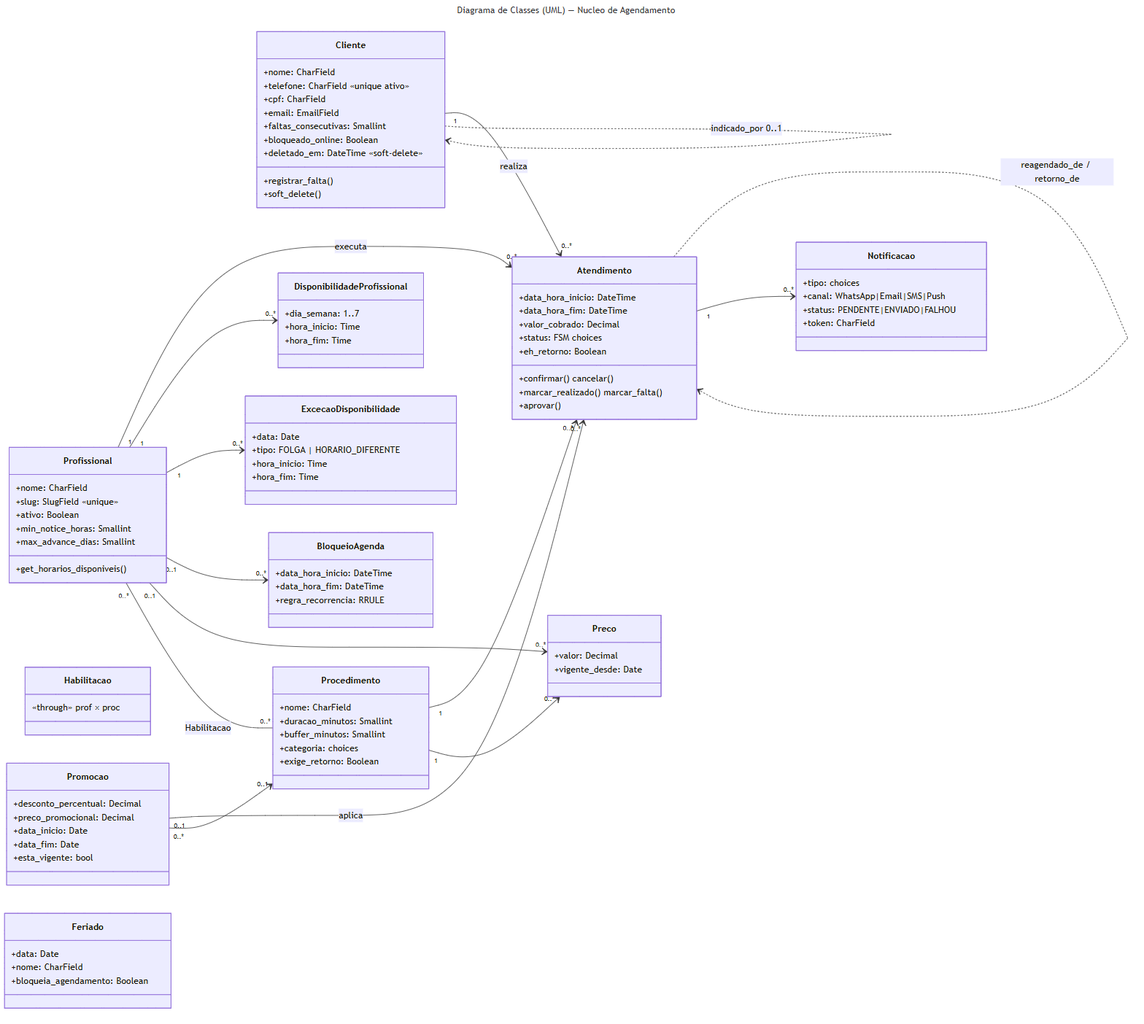
The Mermaid diagram docs/diagramas/03-classe-agendamento.png in RafaelSMaciel/jaqueline-aranha-estetica, before a commit. Its source is kept beside it as docs/diagramas/03-classe-agendamento.mmd. Source of this version:
```mermaid
---
title: Diagrama de Classes (UML) — Nucleo de Agendamento
---
classDiagram
    direction LR

    class Cliente {
        +nome: CharField
        +telefone: CharField «unique ativo»
        +cpf: CharField
        +email: EmailField
        +faltas_consecutivas: Smallint
        +bloqueado_online: Boolean
        +deletado_em: DateTime «soft-delete»
        +registrar_falta()
        +soft_delete()
    }
    class Profissional {
        +nome: CharField
        +slug: SlugField «unique»
        +ativo: Boolean
        +min_notice_horas: Smallint
        +max_advance_dias: Smallint
        +get_horarios_disponiveis()
    }
    class Procedimento {
        +nome: CharField
        +duracao_minutos: Smallint
        +buffer_minutos: Smallint
        +categoria: choices
        +exige_retorno: Boolean
    }
    class Habilitacao {
        «through» prof × proc
    }
    class Preco {
        +valor: Decimal
        +vigente_desde: Date
    }
    class Promocao {
        +desconto_percentual: Decimal
        +preco_promocional: Decimal
        +data_inicio: Date
        +data_fim: Date
        +esta_vigente: bool
    }
    class DisponibilidadeProfissional {
        +dia_semana: 1..7
        +hora_inicio: Time
        +hora_fim: Time
    }
    class ExcecaoDisponibilidade {
        +data: Date
        +tipo: FOLGA | HORARIO_DIFERENTE
        +hora_inicio: Time
        +hora_fim: Time
    }
    class BloqueioAgenda {
        +data_hora_inicio: DateTime
        +data_hora_fim: DateTime
        +regra_recorrencia: RRULE
    }
    class Feriado {
        +data: Date
        +nome: CharField
        +bloqueia_agendamento: Boolean
    }
    class Atendimento {
        +data_hora_inicio: DateTime
        +data_hora_fim: DateTime
        +valor_cobrado: Decimal
        +status: FSM choices
        +eh_retorno: Boolean
        +confirmar() cancelar()
        +marcar_realizado() marcar_falta()
        +aprovar()
    }
    class Notificacao {
        +tipo: choices
        +canal: WhatsApp|Email|SMS|Push
        +status: PENDENTE|ENVIADO|FALHOU
        +token: CharField
    }

    Cliente "1" --> "0..*" Atendimento : realiza
    Cliente ..> Cliente : indicado_por 0..1
    Profissional "1" --> "0..*" Atendimento : executa
    Procedimento "1" --> "0..*" Atendimento
    Promocao "0..1" --> "0..*" Atendimento : aplica
    Atendimento ..> Atendimento : reagendado_de / retorno_de
    Atendimento "1" --> "0..*" Notificacao
    Profissional "1" --> "0..*" DisponibilidadeProfissional
    Profissional "1" --> "0..*" ExcecaoDisponibilidade
    Profissional "0..1" --> "0..*" BloqueioAgenda
    Procedimento "1" --> "0..*" Preco
    Profissional "0..1" --> "0..*" Preco
    Promocao "0..*" --> "0..1" Procedimento
    Profissional "0..*" -- "0..*" Procedimento : Habilitacao
```
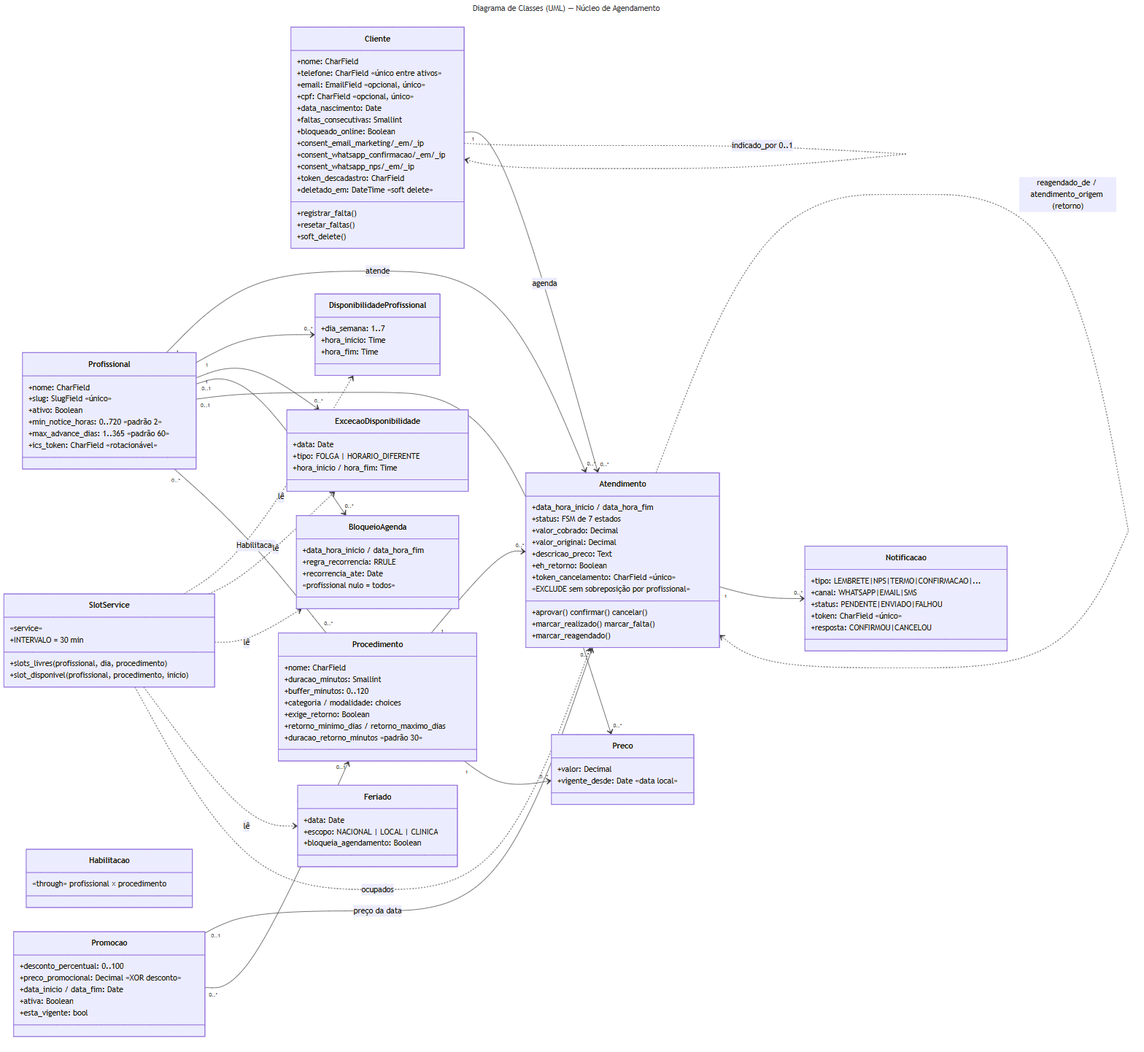
Later version of the same file.

Change to the diagram source:
```diff
@@ -1,47 +1,61 @@
 ---
-title: Diagrama de Classes (UML) — Nucleo de Agendamento
+title: Diagrama de Classes (UML) — Núcleo de Agendamento
 ---
 classDiagram
     direction LR
 
     class Cliente {
         +nome: CharField
-        +telefone: CharField «unique ativo»
-        +cpf: CharField
-        +email: EmailField
+        +telefone: CharField «único entre ativos»
+        +email: EmailField «opcional, único»
+        +cpf: CharField «opcional, único»
+        +data_nascimento: Date
         +faltas_consecutivas: Smallint
         +bloqueado_online: Boolean
-        +deletado_em: DateTime «soft-delete»
+        +consent_email_marketing/_em/_ip
+        +consent_whatsapp_confirmacao/_em/_ip
+        +consent_whatsapp_nps/_em/_ip
+        +token_descadastro: CharField
+        +deletado_em: DateTime «soft delete»
         +registrar_falta()
+        +resetar_faltas()
         +soft_delete()
     }
     class Profissional {
         +nome: CharField
-        +slug: SlugField «unique»
+        +slug: SlugField «único»
         +ativo: Boolean
-        +min_notice_horas: Smallint
-        +max_advance_dias: Smallint
-        +get_horarios_disponiveis()
+        +min_notice_horas: 0..720 «padrão 2»
+        +max_advance_dias: 1..365 «padrão 60»
+        +ics_token: CharField «rotacionável»
+    }
+    class SlotService {
+        «service»
+        +INTERVALO = 30 min
+        +slots_livres(profissional, dia, procedimento)
+        +slot_disponivel(profissional, procedimento, inicio)
     }
     class Procedimento {
         +nome: CharField
         +duracao_minutos: Smallint
-        +buffer_minutos: Smallint
-        +categoria: choices
+        +buffer_minutos: 0..120
+        +categoria / modalidade: choices
         +exige_retorno: Boolean
+        +retorno_minimo_dias / retorno_maximo_dias
+        +duracao_retorno_minutos «padrão 30»
     }
     class Habilitacao {
-        «through» prof × proc
+        «through» profissional × procedimento
     }
     class Preco {
         +valor: Decimal
-        +vigente_desde: Date
+        +vigente_desde: Date «data local»
     }
     class Promocao {
-        +desconto_percentual: Decimal
-        +preco_promocional: Decimal
-        +data_inicio: Date
-        +data_fim: Date
+        +desconto_percentual: 0..100
+        +preco_promocional: Decimal «XOR desconto»
+        +data_inicio / data_fim: Date
+        +ativa: Boolean
         +esta_vigente: bool
     }
     class DisponibilidadeProfissional {
@@ -52,42 +66,46 @@
     class ExcecaoDisponibilidade {
         +data: Date
         +tipo: FOLGA | HORARIO_DIFERENTE
-        +hora_inicio: Time
-        +hora_fim: Time
+        +hora_inicio / hora_fim: Time
     }
     class BloqueioAgenda {
-        +data_hora_inicio: DateTime
-        +data_hora_fim: DateTime
+        +data_hora_inicio / data_hora_fim
         +regra_recorrencia: RRULE
+        +recorrencia_ate: Date
+        «profissional nulo = todos»
     }
     class Feriado {
         +data: Date
-        +nome: CharField
+        +escopo: NACIONAL | LOCAL | CLINICA
         +bloqueia_agendamento: Boolean
     }
     class Atendimento {
-        +data_hora_inicio: DateTime
-        +data_hora_fim: DateTime
+        +data_hora_inicio / data_hora_fim
+        +status: FSM de 7 estados
         +valor_cobrado: Decimal
-        +status: FSM choices
+        +valor_original: Decimal
+        +descricao_preco: Text
         +eh_retorno: Boolean
-        +confirmar() cancelar()
+        +token_cancelamento: CharField «único»
+        «EXCLUDE sem sobreposição por profissional»
+        +aprovar() confirmar() cancelar()
         +marcar_realizado() marcar_falta()
-        +aprovar()
+        +marcar_reagendado()
     }
     class Notificacao {
-        +tipo: choices
-        +canal: WhatsApp|Email|SMS|Push
+        +tipo: LEMBRETE|NPS|TERMO|CONFIRMACAO|...
+        +canal: WHATSAPP|EMAIL|SMS
         +status: PENDENTE|ENVIADO|FALHOU
-        +token: CharField
+        +token: CharField «único»
+        +resposta: CONFIRMOU|CANCELOU
     }
 
-    Cliente "1" --> "0..*" Atendimento : realiza
+    Cliente "1" --> "0..*" Atendimento : agenda
     Cliente ..> Cliente : indicado_por 0..1
-    Profissional "1" --> "0..*" Atendimento : executa
+    Profissional "1" --> "0..*" Atendimento : atende
     Procedimento "1" --> "0..*" Atendimento
-    Promocao "0..1" --> "0..*" Atendimento : aplica
-    Atendimento ..> Atendimento : reagendado_de / retorno_de
+    Promocao "0..1" --> "0..*" Atendimento : preço da data
+    Atendimento ..> Atendimento : reagendado_de / atendimento_origem (retorno)
     Atendimento "1" --> "0..*" Notificacao
     Profissional "1" --> "0..*" DisponibilidadeProfissional
     Profissional "1" --> "0..*" ExcecaoDisponibilidade
@@ -96,3 +114,8 @@
     Profissional "0..1" --> "0..*" Preco
     Promocao "0..*" --> "0..1" Procedimento
     Profissional "0..*" -- "0..*" Procedimento : Habilitacao
+    SlotService ..> DisponibilidadeProfissional : lê
+    SlotService ..> ExcecaoDisponibilidade : lê
+    SlotService ..> BloqueioAgenda : lê
+    SlotService ..> Feriado : lê
+    SlotService ..> Atendimento : ocupados
```
